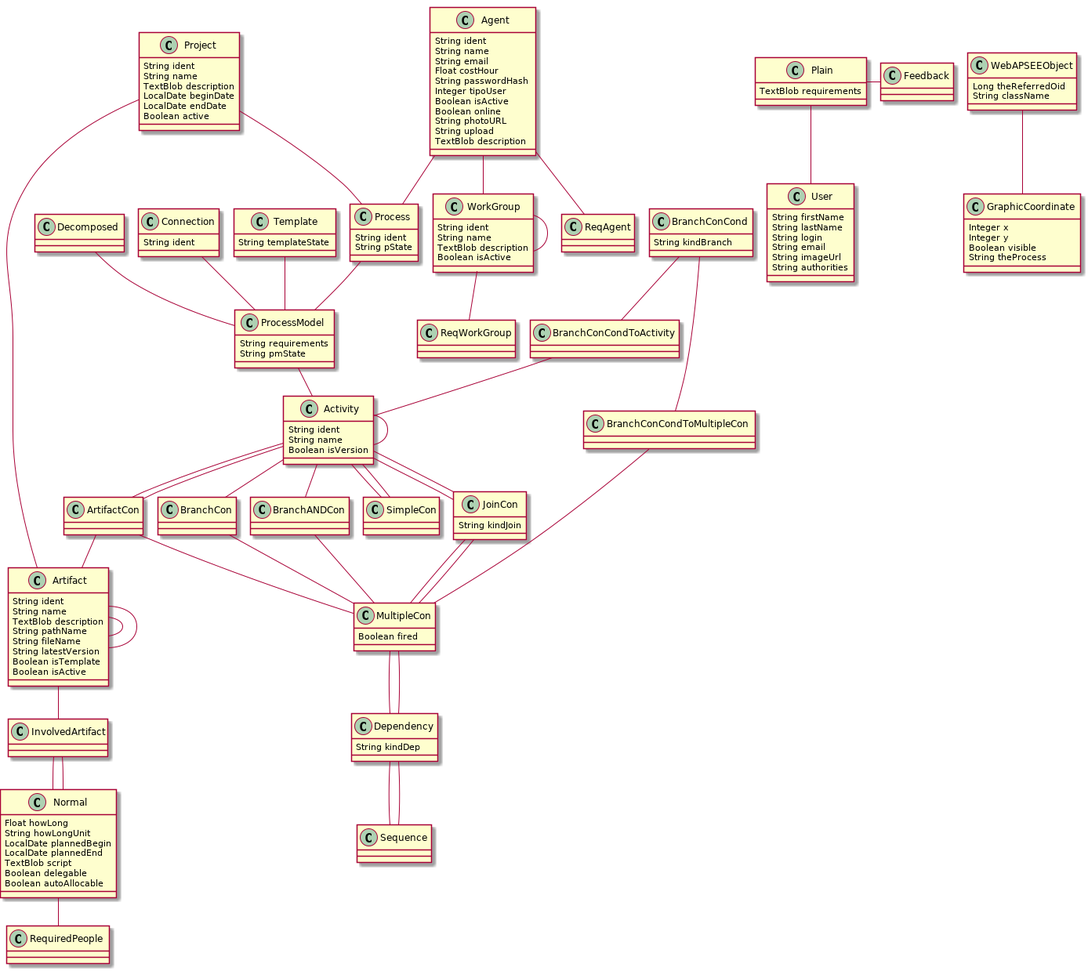
This is data-model.png from Lakshamana/spm-mini, a PlantUML export, as it was before one commit.
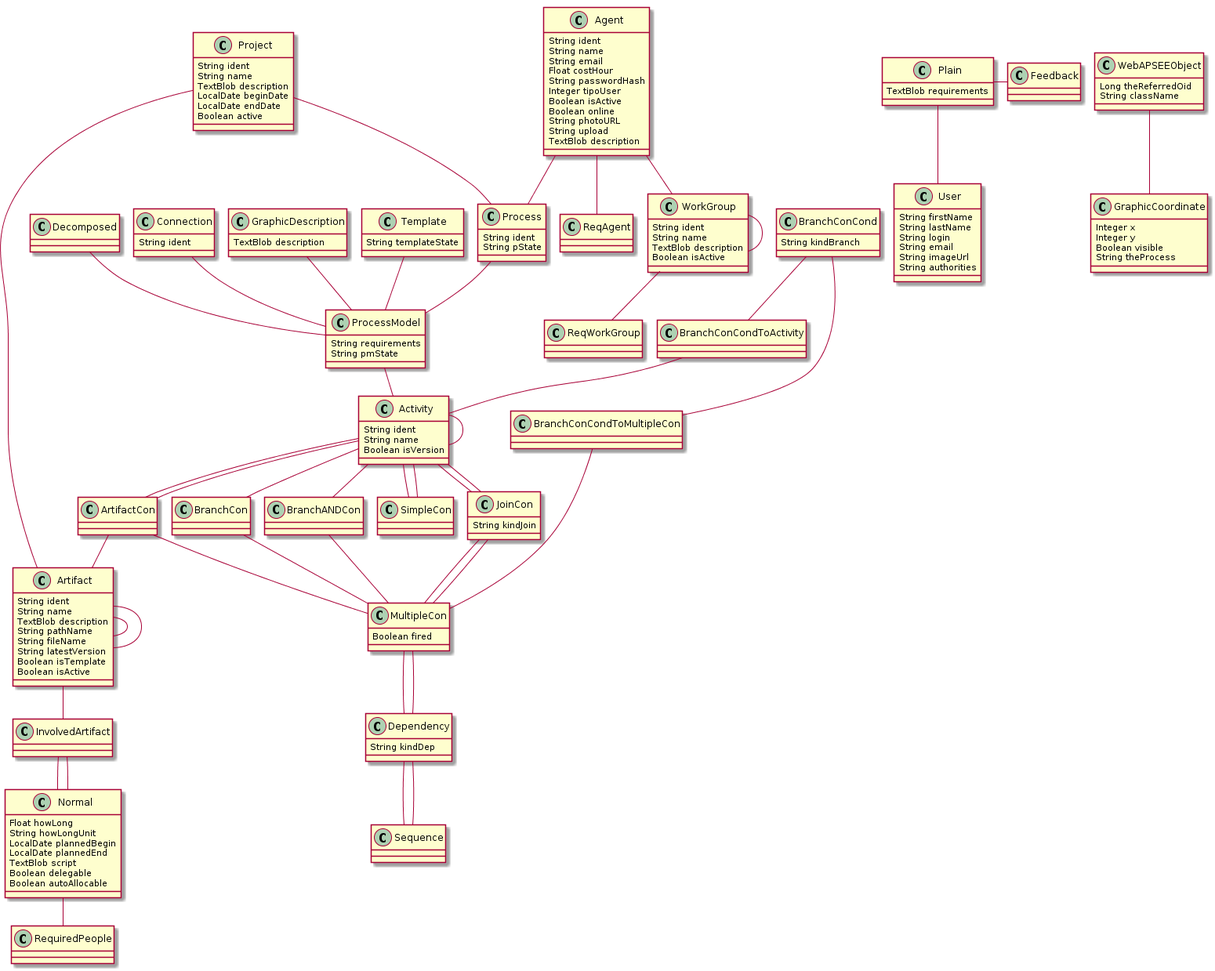
After the commit.

What changed in the source:
```diff
@@ -153,12 +153,16 @@
 		String requirements
 		String pmState
 	}
+	class GraphicDescription  {
+		TextBlob description
+	}
 	class Template  {
 		String templateState
 	}
 	ProcessModel  "theActivity 0..1 " --o "theProcessModel 0..* "  Activity
 	Template  "theInstances 0..1 " --o "theOrigin 0..* "  ProcessModel
 	Process  "theProcessModel 0..1 " -- "theProcess 0..1 "  ProcessModel
+	GraphicDescription  "theProcessModel 0..1 " -- "graphicDescription 0..1 "  ProcessModel
 	class User  {
 		String firstName
 		String lastName
```
